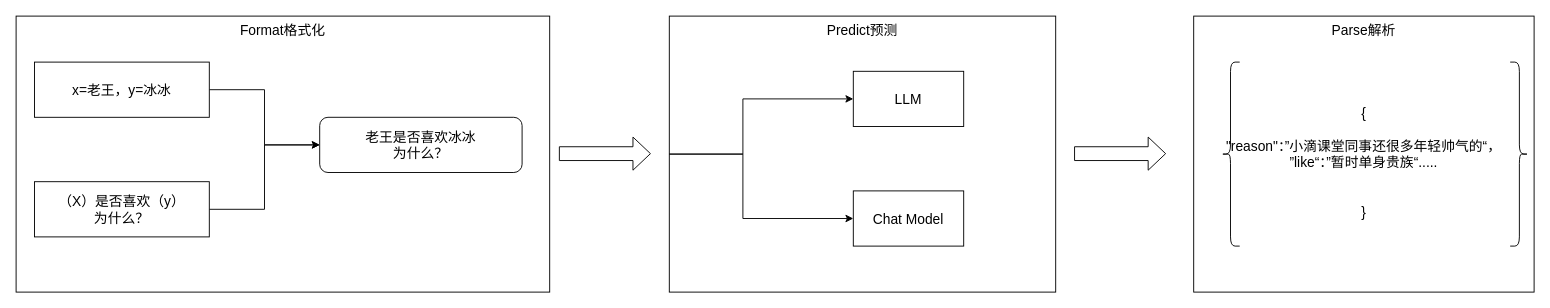
This is 大模型IO交互链路.drawio from ChengziMao/picture, a draw.io file, before an edit. Source tidied: cells renumbered, new cells numbered last; positions are measured from the earlier drawing's top-left corner, leaving out a move shared by most shapes. Both pictures are drawn from the tidied source at 92%, with x=0, y=0 at pixel (16, 16).
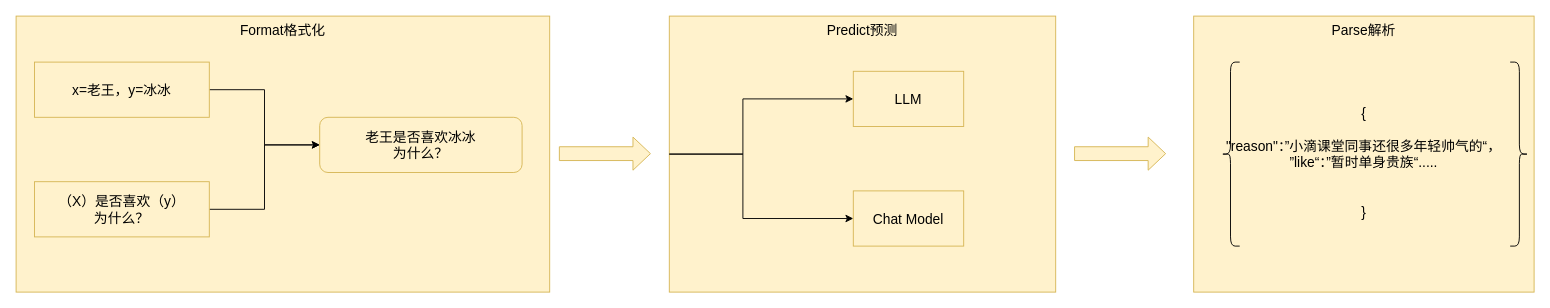
The same diagram, later.

Commit message:
更新大模型IO交互链路.drawio

Diff of the diagram source:
```diff
@@
-    <mxCell id="2" value="Format格式化" style="rounded=0;whiteSpace=wrap;html=1;verticalAlign=top;fontSize=15;" parent="1" vertex="1">
+    <mxCell id="2" value="Format格式化" style="rounded=0;whiteSpace=wrap;html=1;verticalAlign=top;fontSize=15;fillColor=#fff2cc;strokeColor=#d6b656;" parent="1" vertex="1">
       <mxGeometry width="580" height="300" as="geometry" />
     </mxCell>
@@
-    <mxCell id="4" value="x=老王，y=冰冰" style="rounded=0;whiteSpace=wrap;html=1;fontSize=15;" parent="1" vertex="1">
+    <mxCell id="4" value="x=老王，y=冰冰" style="rounded=0;whiteSpace=wrap;html=1;fontSize=15;fillColor=#fff2cc;strokeColor=#d6b656;" parent="1" vertex="1">
       <mxGeometry x="20" y="50" width="190" height="60" as="geometry" />
     </mxCell>
@@
-    <mxCell id="6" value="（X）是否喜欢（y）&lt;div&gt;为什么？&lt;/div&gt;" style="rounded=0;whiteSpace=wrap;html=1;fontSize=15;" parent="1" vertex="1">
+    <mxCell id="6" value="（X）是否喜欢（y）&lt;div&gt;为什么？&lt;/div&gt;" style="rounded=0;whiteSpace=wrap;html=1;fontSize=15;fillColor=#fff2cc;strokeColor=#d6b656;" parent="1" vertex="1">
       <mxGeometry x="20" y="180" width="190" height="60" as="geometry" />
     </mxCell>
-    <mxCell id="7" value="老王是否喜欢冰冰&lt;div&gt;为什么？&lt;/div&gt;" style="rounded=1;whiteSpace=wrap;html=1;fontSize=15;" parent="1" vertex="1">
+    <mxCell id="7" value="老王是否喜欢冰冰&lt;div&gt;为什么？&lt;/div&gt;" style="rounded=1;whiteSpace=wrap;html=1;fontSize=15;fillColor=#fff2cc;strokeColor=#d6b656;" parent="1" vertex="1">
       <mxGeometry x="330" y="110" width="220" height="60" as="geometry" />
     </mxCell>
-    <mxCell id="8" value="Predict预测" style="rounded=0;whiteSpace=wrap;html=1;verticalAlign=top;fontSize=15;" parent="1" vertex="1">
+    <mxCell id="8" value="Predict预测" style="rounded=0;whiteSpace=wrap;html=1;verticalAlign=top;fontSize=15;fillColor=#fff2cc;strokeColor=#d6b656;" parent="1" vertex="1">
       <mxGeometry x="710" width="420" height="300" as="geometry" />
     </mxCell>
-    <mxCell id="9" value="LLM" style="rounded=0;whiteSpace=wrap;html=1;fontSize=15;" parent="1" vertex="1">
+    <mxCell id="9" value="LLM" style="rounded=0;whiteSpace=wrap;html=1;fontSize=15;fillColor=#fff2cc;strokeColor=#d6b656;" parent="1" vertex="1">
       <mxGeometry x="910" y="60" width="120" height="60" as="geometry" />
     </mxCell>
-    <mxCell id="10" value="Chat Model" style="rounded=0;whiteSpace=wrap;html=1;fontSize=15;" parent="1" vertex="1">
+    <mxCell id="10" value="Chat Model" style="rounded=0;whiteSpace=wrap;html=1;fontSize=15;fillColor=#fff2cc;strokeColor=#d6b656;" parent="1" vertex="1">
       <mxGeometry x="910" y="190" width="120" height="60" as="geometry" />
     </mxCell>
@@
-    <mxCell id="13" style="shape=flexArrow;endArrow=classic;html=1;rounded=0;width=15;fontSize=15;" parent="1" edge="1">
+    <mxCell id="13" style="shape=flexArrow;endArrow=classic;html=1;rounded=0;width=15;fontSize=15;fillColor=#fff2cc;strokeColor=#d6b656;" parent="1" edge="1">
       <mxGeometry relative="1" as="geometry">
         <mxPoint x="590" y="149.5" as="sourcePoint" />
         <mxPoint x="690" y="149.5" as="targetPoint" />
       </mxGeometry>
     </mxCell>
-    <mxCell id="14" style="shape=flexArrow;endArrow=classic;html=1;rounded=0;width=15;fontSize=15;" parent="1" edge="1">
+    <mxCell id="14" style="shape=flexArrow;endArrow=classic;html=1;rounded=0;width=15;fontSize=15;fillColor=#fff2cc;strokeColor=#d6b656;" parent="1" edge="1">
       <mxGeometry relative="1" as="geometry">
         <mxPoint x="1150" y="149.5" as="sourcePoint" />
         <mxPoint x="1250" y="149.5" as="targetPoint" />
       </mxGeometry>
     </mxCell>
-    <mxCell id="15" value="Parse解析&lt;div&gt;&lt;br&gt;&lt;/div&gt;&lt;div&gt;&lt;br&gt;&lt;/div&gt;&lt;div&gt;&lt;br&gt;&lt;/div&gt;&lt;div&gt;&lt;br&gt;&lt;/div&gt;&lt;div&gt;{&lt;/div&gt;&lt;div&gt;&lt;br&gt;&lt;/div&gt;&lt;div&gt;&quot;reason&quot;：”小滴课堂同事还很多年轻帅气的“，&lt;br&gt;&lt;/div&gt;&lt;div&gt;”like“：”暂时单身贵族“.....&lt;/div&gt;&lt;div&gt;&lt;br&gt;&lt;/div&gt;&lt;div&gt;&lt;br&gt;&lt;/div&gt;&lt;div&gt;&lt;span style=&quot;background-color: transparent; color: light-dark(rgb(0, 0, 0), rgb(255, 255, 255));&quot;&gt;}&lt;/span&gt;&lt;/div&gt;" style="rounded=0;whiteSpace=wrap;html=1;verticalAlign=top;fontSize=15;" parent="1" vertex="1">
+    <mxCell id="15" value="Parse解析&lt;div&gt;&lt;br&gt;&lt;/div&gt;&lt;div&gt;&lt;br&gt;&lt;/div&gt;&lt;div&gt;&lt;br&gt;&lt;/div&gt;&lt;div&gt;&lt;br&gt;&lt;/div&gt;&lt;div&gt;{&lt;/div&gt;&lt;div&gt;&lt;br&gt;&lt;/div&gt;&lt;div&gt;&quot;reason&quot;：”小滴课堂同事还很多年轻帅气的“，&lt;br&gt;&lt;/div&gt;&lt;div&gt;”like“：”暂时单身贵族“.....&lt;/div&gt;&lt;div&gt;&lt;br&gt;&lt;/div&gt;&lt;div&gt;&lt;br&gt;&lt;/div&gt;&lt;div&gt;&lt;span style=&quot;background-color: transparent; color: light-dark(rgb(0, 0, 0), rgb(255, 255, 255));&quot;&gt;}&lt;/span&gt;&lt;/div&gt;" style="rounded=0;whiteSpace=wrap;html=1;verticalAlign=top;fontSize=15;fillColor=#fff2cc;strokeColor=#d6b656;" parent="1" vertex="1">
       <mxGeometry x="1280" width="370" height="300" as="geometry" />
     </mxCell>
```
